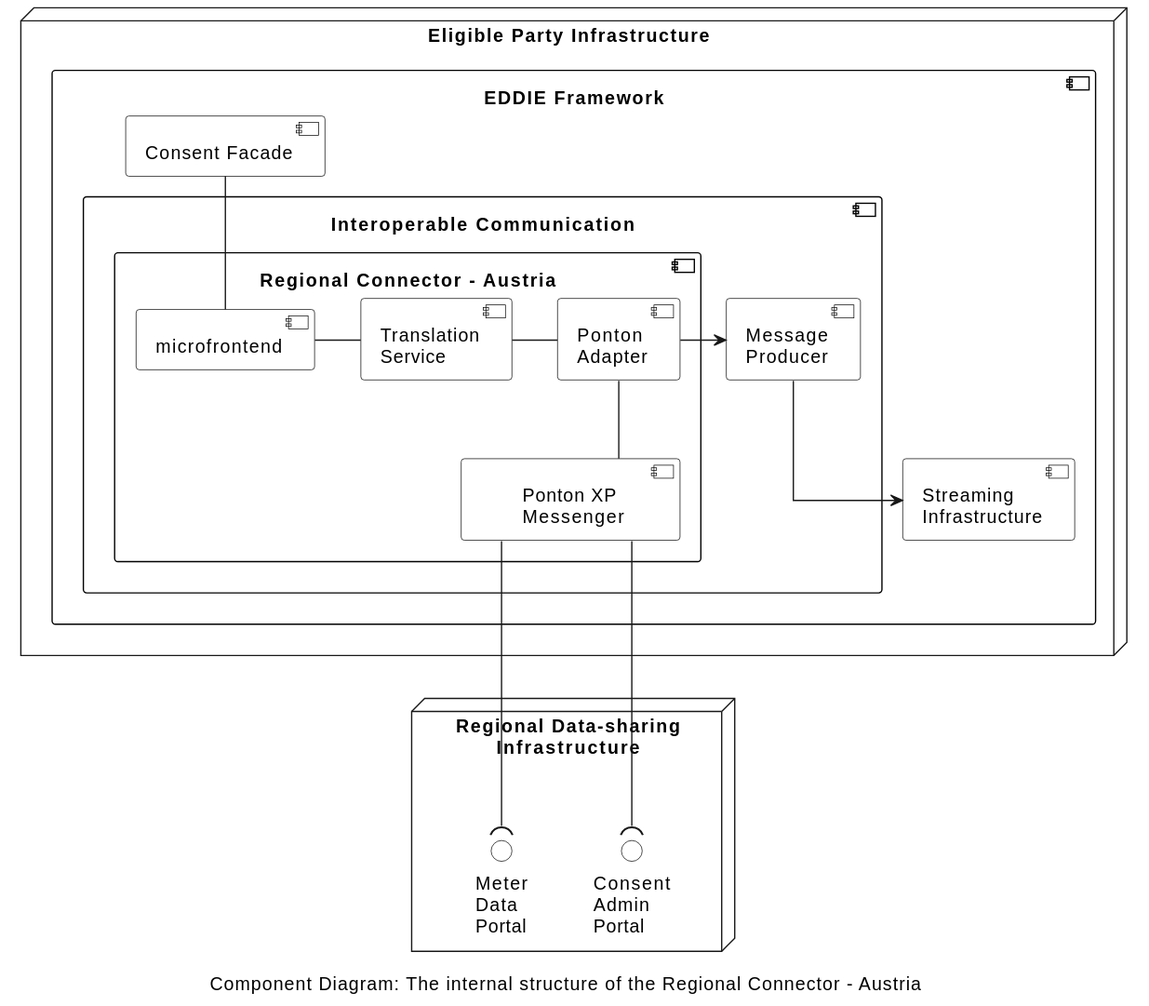
eddie-energy/architecture keeps this PlantUML diagram as arc42/05-building-block-view/components/interoperable-comm/regional-connectors/austria/figures/regional-connector-austria.svg. Above is the earlier version.
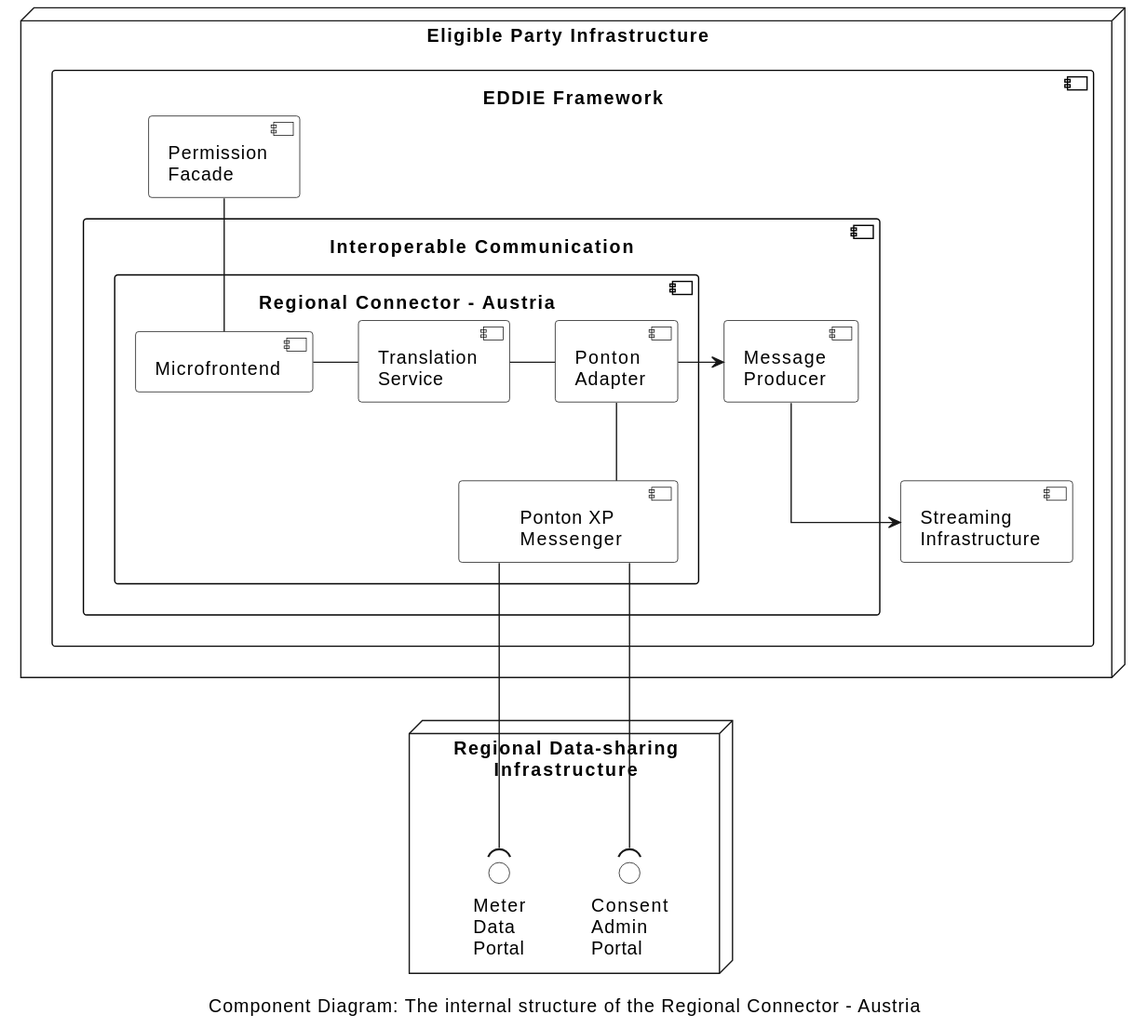
After the commit.

Diff of the diagram source:
```diff
@@ -21,11 +21,11 @@
 
 node "Eligible Party Infrastructure"  as epInfra{
   component "EDDIE Framework" as eddie {
-    component "Consent Facade" as consentFacade
+    component "Permission\nFacade" as consentFacade
     component "Streaming\nInfrastructure" as database
     component "Interoperable Communication" as comm {
       component "Regional Connector - Austria" as regConAu {
-        component "microfrontend" as microfrontend
+        component "Microfrontend" as microfrontend
         component "Ponton\nAdapter" as pontonAdapter
         component "\tPonton XP\n\tMessenger\t" as pontonXP
         component "Translation\nService" as translationService
```
